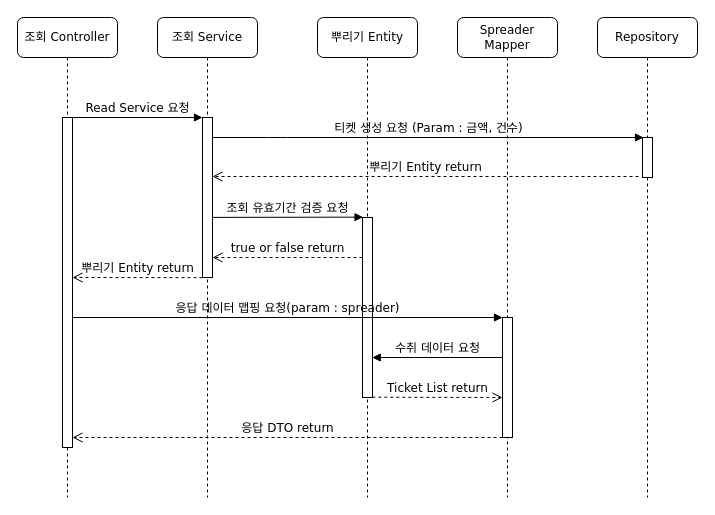
Above: src/docs/flowchart/read.drawio in geeshow/MoneySpreader (draw.io), before the change. Source tidied: cells renumbered, new cells numbered last; positions are measured from the earlier drawing's top-left corner, leaving out a move shared by most shapes. Both pictures are drawn from the tidied source at 100%, with x=0, y=0 at pixel (17, 17).
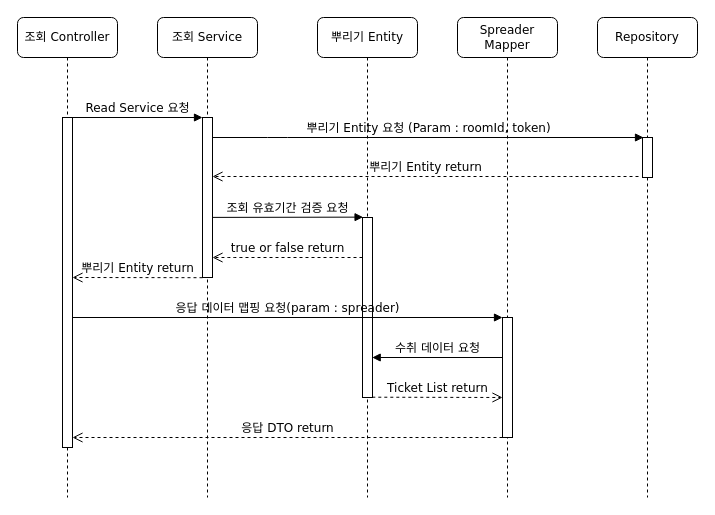
The same page after the edit.

The change refers to these unchanged cells:
```xml
<mxCell id="3" style="html=1;points=[];perimeter=orthogonalPerimeter;rounded=0;shadow=0;comic=0;labelBackgroundColor=none;strokeWidth=1;fontFamily=Verdana;fontSize=12;align=center;" parent="2" vertex="1">
  <mxGeometry x="45" y="100" width="10" height="160" as="geometry" />
</mxCell>
```

What changed in the source:
```diff
@@
-    <mxCell id="18" value="티켓 생성 요청 (Param : 금액, 건수)" style="html=1;verticalAlign=bottom;endArrow=block;labelBackgroundColor=none;fontFamily=Verdana;fontSize=12;edgeStyle=elbowEdgeStyle;elbow=vertical;" parent="1" edge="1" source="3">
+    <mxCell id="18" value="뿌리기 Entity 요청 (Param : roomId, token)" style="html=1;verticalAlign=bottom;endArrow=block;labelBackgroundColor=none;fontFamily=Verdana;fontSize=12;edgeStyle=elbowEdgeStyle;elbow=vertical;" parent="1" edge="1" source="3">
       <mxGeometry relative="1" as="geometry">
         <mxPoint x="626" y="120" as="targetPoint" />
         <Array as="points">
           <mxPoint x="260" y="120" />
           <mxPoint x="460" y="140" />
           <mxPoint x="140.9" y="25.8" />
           <mxPoint x="110.9" y="45.8" />
         </Array>
       </mxGeometry>
     </mxCell>
```
